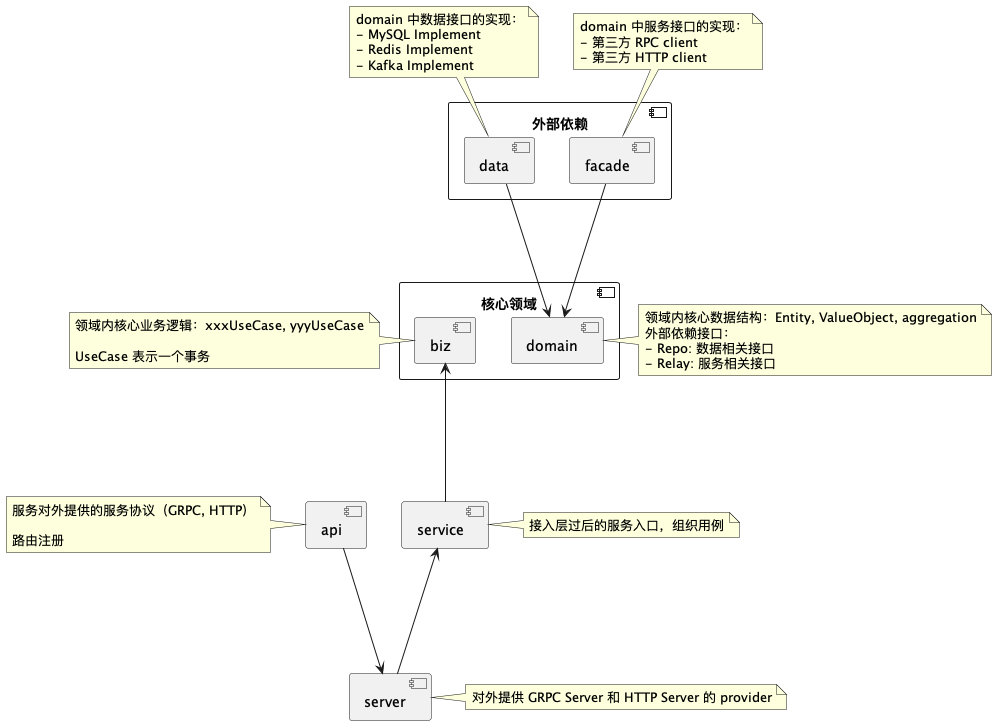
Above: kratos-core.png in elbert-chan/kratos-layout (PlantUML), before the change. The source it was exported from:
```plantuml
@startuml

component "核心领域" {
  [biz]
  [domain]

}

note left of [biz]
  领域内核心业务逻辑：xxxUseCase, yyyUseCase

  UseCase 表示一个事务
end note

note right of [domain]
    领域内核心数据结构：Entity, ValueObject, aggregation
    外部依赖接口：
    - Repo: 数据相关接口
    - Relay: 服务相关接口
end note

component "外部依赖" {
    [data]
    [facade]
}

note top of [data]
    domain 中数据接口的实现：
    - MySQL Implement
    - Redis Implement
    - Kafka Implement
end note

note top of [facade]
    domain 中服务接口的实现：
    - 第三方 RPC client
    - 第三方 HTTP client
end note


component service
note right of [service]
接入层过后的服务入口，组织用例
end note

component server
note right of [server]
    对外提供 GRPC Server 和 HTTP Server 的 provider
end note

component api
note left of [api]
    服务对外提供的服务协议（GRPC, HTTP）

    路由注册
end note

[data] ---> [domain]
[facade] ---> [domain]
[biz] <--- [service]
[api] ---> [server]
[service]<---[server]

@enduml
```
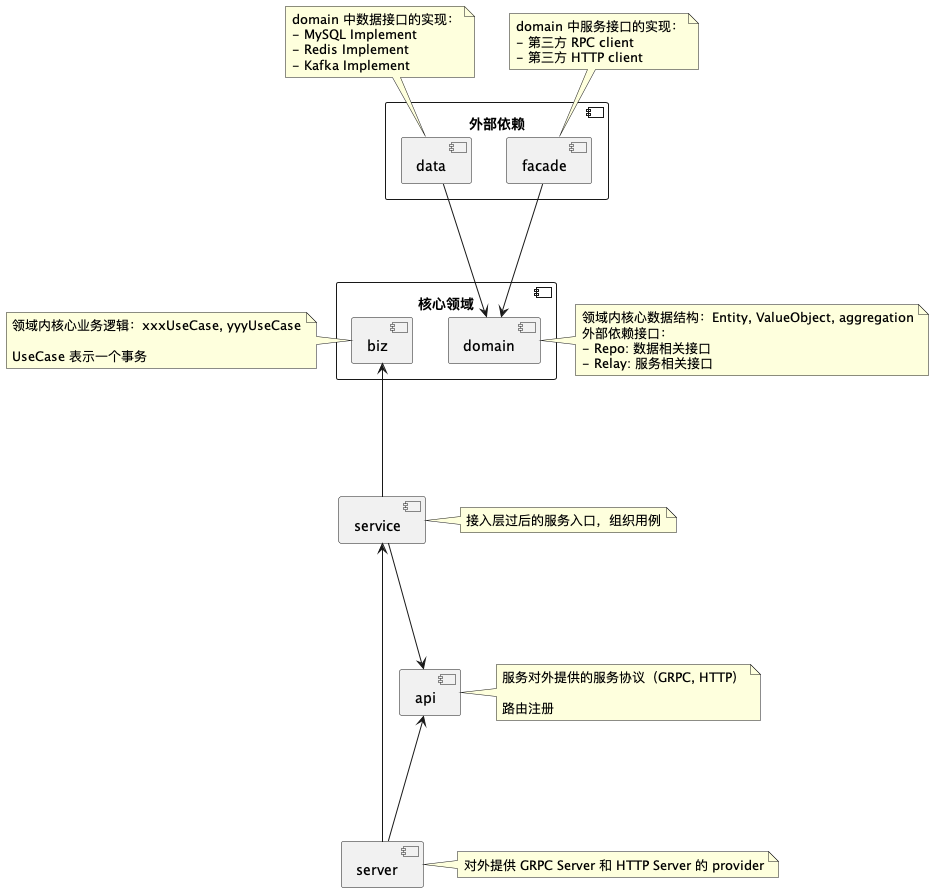
Later version of the same file.

Commit message:
fix: 更正依赖关系图

Diff of the diagram source:
```diff
@@ -49,7 +49,7 @@
 end note
 
 component api
-note left of [api]
+note right of [api]
     服务对外提供的服务协议（GRPC, HTTP）
 
     路由注册
@@ -58,7 +58,9 @@
 [data] ---> [domain]
 [facade] ---> [domain]
 [biz] <--- [service]
-[api] ---> [server]
-[service]<---[server]
+[api] <--- [server]
+[service] ---> [api]
+[service] <--- [server]
+
 
 @enduml
```
